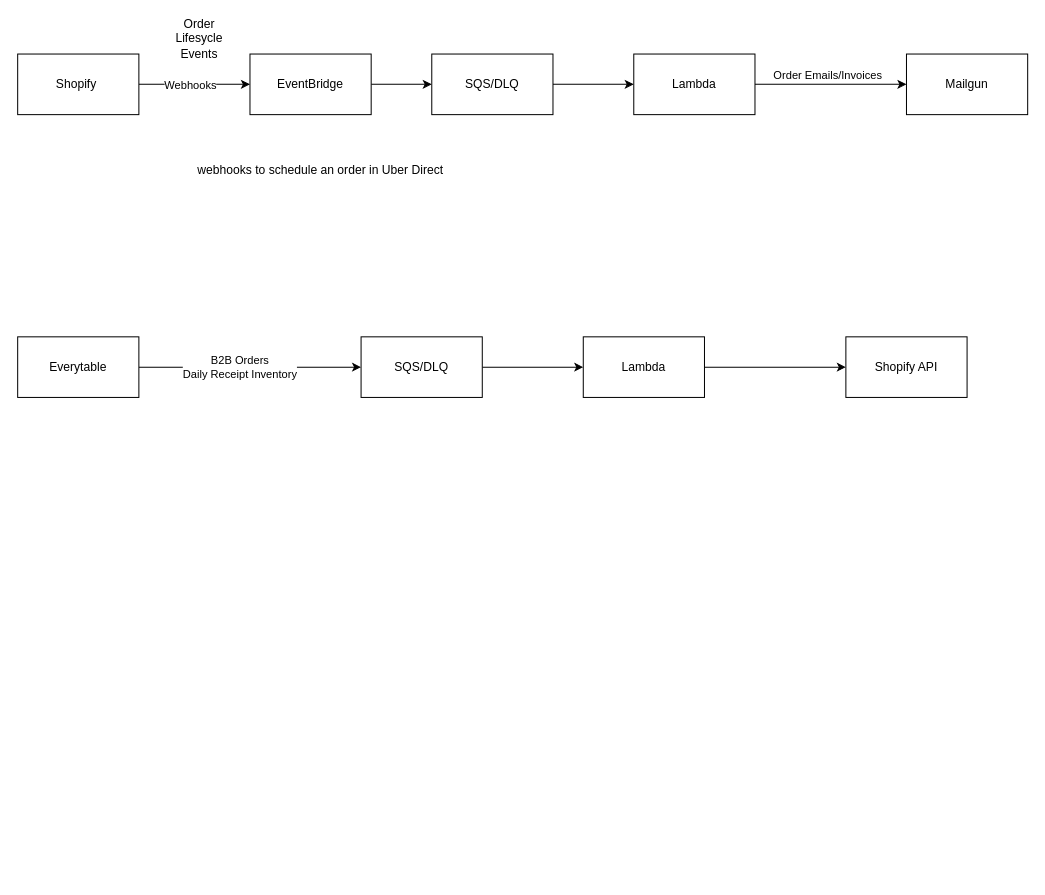
This is page "Webhooks" (2 of 4) of Everytable_Draft_Diagrams.drawio from alexrsunrise/diagrams, a draw.io file, before an edit. Source tidied: cells renumbered, new cells numbered last; positions are measured from the earlier drawing's top-left corner, leaving out a move shared by most shapes. Both pictures are drawn from the tidied source at 101%, with x=0, y=0 at pixel (17, 23).
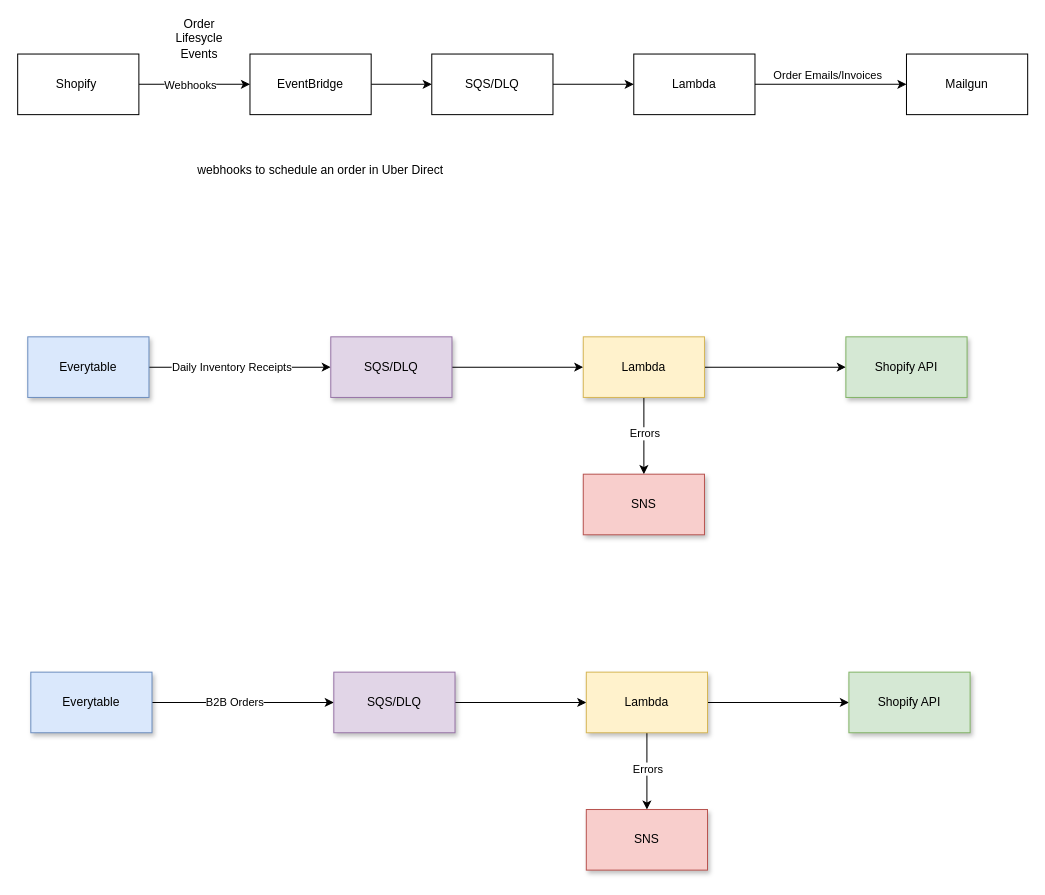
The same page after the edit.

The change refers to these unchanged cells:
```xml
<mxCell id="14" style="edgeStyle=orthogonalEdgeStyle;rounded=0;jettySize=auto;html=1;entryX=0;entryY=0.5;entryDx=0;entryDy=0;" parent="1" edge="1" source="16" target="18">
  <mxGeometry relative="1" as="geometry" />
</mxCell>
```

Diff of the diagram source:
```diff
@@
-    <mxCell id="15" value="B2B Orders&lt;div&gt;Daily Receipt Inventory&lt;/div&gt;" style="edgeLabel;html=1;align=center;verticalAlign=middle;" parent="14" vertex="1">
+    <mxCell id="15" value="Daily Inventory Receipts" style="edgeLabel;html=1;align=center;verticalAlign=middle;" parent="14" vertex="1">
       <mxGeometry x="-0.1" y="1" relative="1" as="geometry" />
     </mxCell>
-    <mxCell id="16" value="Everytable" style="rounded=0;whiteSpace=wrap;html=1;" parent="1" vertex="1">
-      <mxGeometry y="310" width="120" height="60" as="geometry" />
+    <mxCell id="16" value="Everytable" style="rounded=0;whiteSpace=wrap;html=1;fillColor=#dae8fc;strokeColor=#6c8ebf;shadow=1;" parent="1" vertex="1">
+      <mxGeometry x="10" y="310" width="120" height="60" as="geometry" />
     </mxCell>
@@
-    <mxCell id="18" value="SQS/DLQ" style="rounded=0;whiteSpace=wrap;html=1;" parent="1" vertex="1">
-      <mxGeometry x="340" y="310" width="120" height="60" as="geometry" />
+    <mxCell id="18" value="SQS/DLQ" style="rounded=0;whiteSpace=wrap;html=1;fillColor=#e1d5e7;strokeColor=#9673a6;shadow=1;" parent="1" vertex="1">
+      <mxGeometry x="310" y="310" width="120" height="60" as="geometry" />
     </mxCell>
@@
+    <mxCell id="23" style="edgeStyle=orthogonalEdgeStyle;rounded=0;jettySize=auto;html=1;entryX=0.5;entryY=0;entryDx=0;entryDy=0;" parent="1" edge="1" source="20" target="25">
+      <mxGeometry relative="1" as="geometry" />
+    </mxCell>
+    <mxCell id="24" value="Errors" style="edgeLabel;html=1;align=center;verticalAlign=middle;" parent="23" vertex="1">
+      <mxGeometry x="-0.04" y="4" relative="1" as="geometry">
+        <mxPoint x="-4" y="-1" as="offset" />
+      </mxGeometry>
+    </mxCell>
-    <mxCell id="20" value="Lambda" style="rounded=0;whiteSpace=wrap;html=1;" parent="1" vertex="1">
+    <mxCell id="20" value="Lambda" style="rounded=0;whiteSpace=wrap;html=1;fillColor=#fff2cc;strokeColor=#d6b656;shadow=1;" parent="1" vertex="1">
       <mxGeometry x="560" y="310" width="120" height="60" as="geometry" />
     </mxCell>
-    <mxCell id="21" value="Shopify API" style="rounded=0;whiteSpace=wrap;html=1;" parent="1" vertex="1">
+    <mxCell id="21" value="Shopify API" style="rounded=0;whiteSpace=wrap;html=1;fillColor=#d5e8d4;strokeColor=#82b366;shadow=1;" parent="1" vertex="1">
       <mxGeometry x="820" y="310" width="120" height="60" as="geometry" />
     </mxCell>
@@
+    <mxCell id="25" value="SNS" style="rounded=0;whiteSpace=wrap;html=1;fillColor=#f8cecc;strokeColor=#b85450;shadow=1;" parent="1" vertex="1">
+      <mxGeometry x="560" y="446" width="120" height="60" as="geometry" />
+    </mxCell>
+    <mxCell id="26" style="edgeStyle=orthogonalEdgeStyle;rounded=0;jettySize=auto;html=1;entryX=0;entryY=0.5;entryDx=0;entryDy=0;" parent="1" edge="1" source="28" target="30">
+      <mxGeometry relative="1" as="geometry" />
+    </mxCell>
+    <mxCell id="27" value="B2B Orders" style="edgeLabel;html=1;align=center;verticalAlign=middle;" parent="26" vertex="1">
+      <mxGeometry x="-0.1" y="1" relative="1" as="geometry" />
+    </mxCell>
+    <mxCell id="28" value="Everytable" style="rounded=0;whiteSpace=wrap;html=1;fillColor=#dae8fc;strokeColor=#6c8ebf;shadow=1;" parent="1" vertex="1">
+      <mxGeometry x="13" y="642" width="120" height="60" as="geometry" />
+    </mxCell>
+    <mxCell id="29" style="edgeStyle=orthogonalEdgeStyle;rounded=0;jettySize=auto;html=1;entryX=0;entryY=0.5;entryDx=0;entryDy=0;" parent="1" edge="1" source="30" target="34">
+      <mxGeometry relative="1" as="geometry" />
+    </mxCell>
+    <mxCell id="30" value="SQS/DLQ" style="rounded=0;whiteSpace=wrap;html=1;fillColor=#e1d5e7;strokeColor=#9673a6;shadow=1;" parent="1" vertex="1">
+      <mxGeometry x="313" y="642" width="120" height="60" as="geometry" />
+    </mxCell>
+    <mxCell id="31" style="edgeStyle=orthogonalEdgeStyle;rounded=0;jettySize=auto;html=1;entryX=0;entryY=0.5;entryDx=0;entryDy=0;" parent="1" edge="1" source="34" target="35">
+      <mxGeometry relative="1" as="geometry" />
+    </mxCell>
+    <mxCell id="32" style="edgeStyle=orthogonalEdgeStyle;rounded=0;jettySize=auto;html=1;entryX=0.5;entryY=0;entryDx=0;entryDy=0;" parent="1" edge="1" source="34" target="36">
+      <mxGeometry relative="1" as="geometry" />
+    </mxCell>
+    <mxCell id="33" value="Errors" style="edgeLabel;html=1;align=center;verticalAlign=middle;" parent="32" vertex="1">
+      <mxGeometry x="-0.04" y="4" relative="1" as="geometry">
+        <mxPoint x="-4" y="-1" as="offset" />
+      </mxGeometry>
+    </mxCell>
+    <mxCell id="34" value="Lambda" style="rounded=0;whiteSpace=wrap;html=1;fillColor=#fff2cc;strokeColor=#d6b656;shadow=1;" parent="1" vertex="1">
+      <mxGeometry x="563" y="642" width="120" height="60" as="geometry" />
+    </mxCell>
+    <mxCell id="35" value="Shopify API" style="rounded=0;whiteSpace=wrap;html=1;fillColor=#d5e8d4;strokeColor=#82b366;shadow=1;" parent="1" vertex="1">
+      <mxGeometry x="823" y="642" width="120" height="60" as="geometry" />
+    </mxCell>
+    <mxCell id="36" value="SNS" style="rounded=0;whiteSpace=wrap;html=1;fillColor=#f8cecc;strokeColor=#b85450;shadow=1;" parent="1" vertex="1">
+      <mxGeometry x="563" y="778" width="120" height="60" as="geometry" />
+    </mxCell>
```
